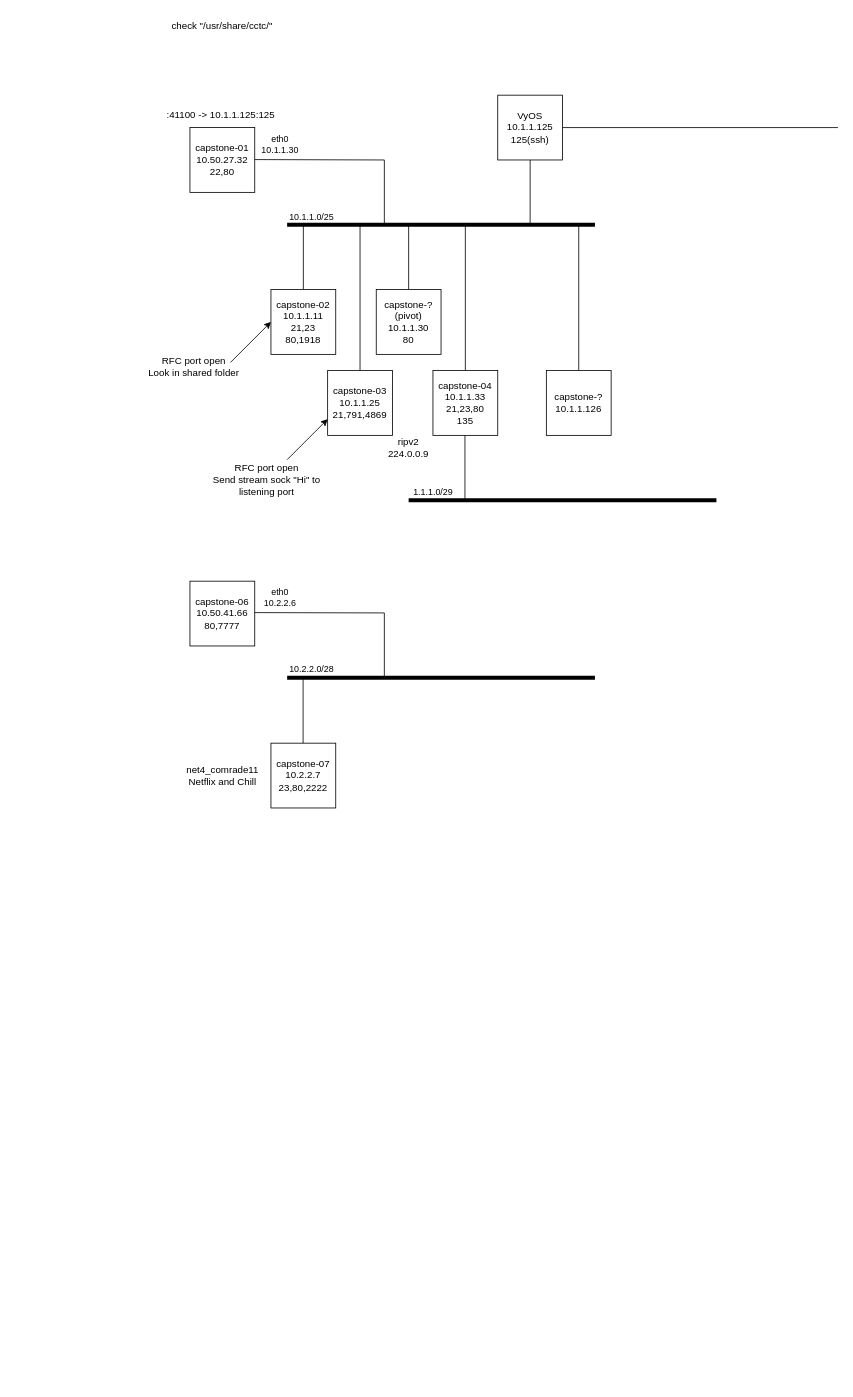
This is mapperooski.drawio from LCPLPearson/PythonCo., a draw.io file, before an edit. Source tidied: cells renumbered, new cells numbered last; positions are measured from the earlier drawing's top-left corner, leaving out a move shared by most shapes. Both pictures are drawn from the tidied source at 81%, with x=0, y=0 at pixel (133, 14).
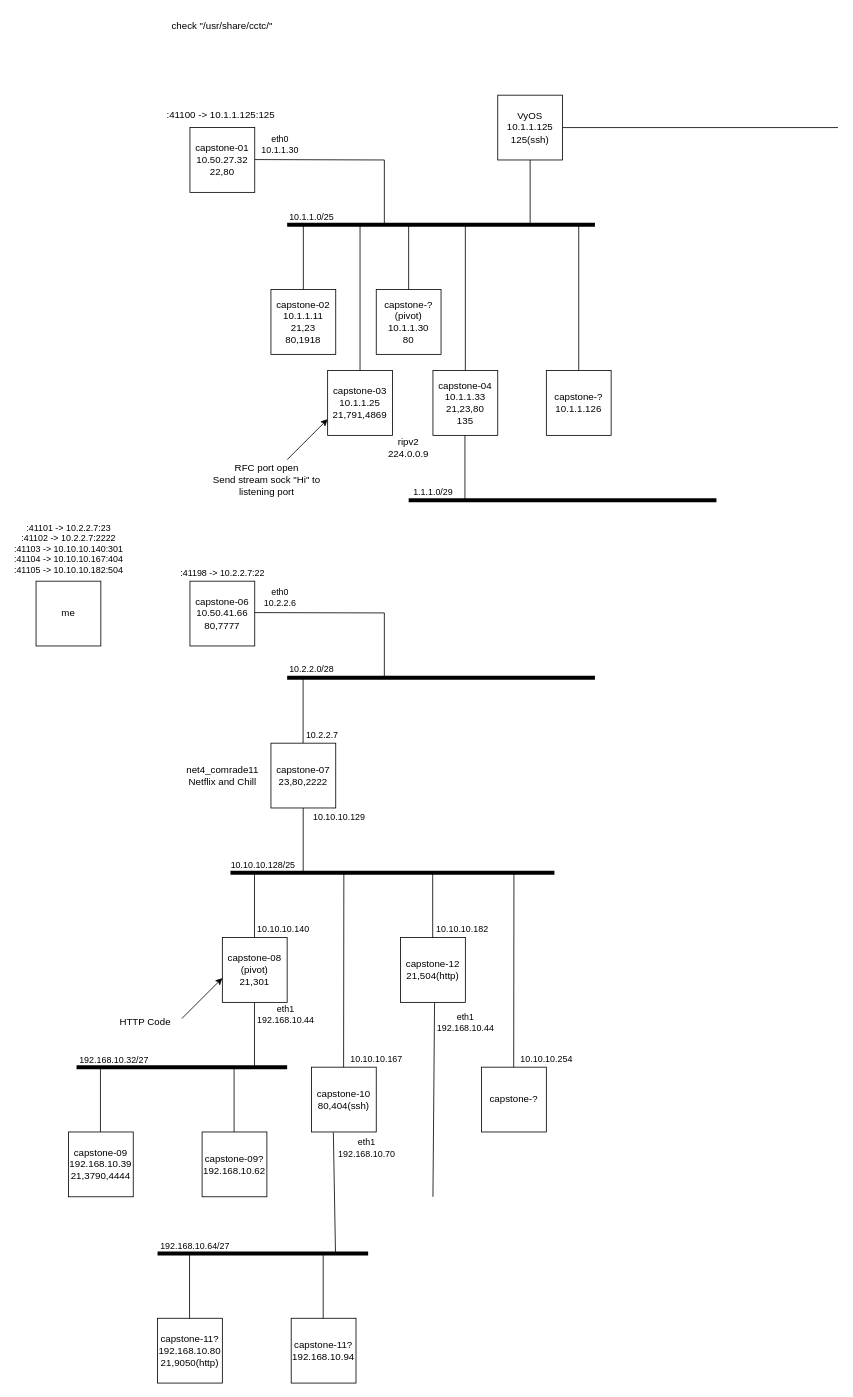
The same diagram, later.

Unchanged cells that the change refers to:
```xml
<mxCell id="32" style="endArrow=none;html=1;rounded=0;" parent="1" edge="1">
  <mxGeometry relative="1" as="geometry">
    <mxPoint x="150" y="738.8" as="sourcePoint" />
    <mxPoint x="310" y="739.2" as="targetPoint" />
  </mxGeometry>
</mxCell>
<mxCell id="37" style="endArrow=none;html=1;rounded=0;" parent="1" edge="1">
  <mxGeometry relative="1" as="geometry">
    <mxPoint x="209.7" y="900" as="sourcePoint" />
    <mxPoint x="209.7" y="820" as="targetPoint" />
  </mxGeometry>
</mxCell>
```

What changed in the source:
```diff
@@
-    <mxCell id="22" value="RFC port open&lt;br&gt;Look in shared folder" style="text;html=1;strokeColor=none;fillColor=none;align=center;verticalAlign=middle;whiteSpace=wrap;rounded=0;" parent="1" vertex="1">
-      <mxGeometry y="420" width="150" height="30" as="geometry" />
+    <mxCell id="22" value="HTTP Code" style="text;html=1;strokeColor=none;fillColor=none;align=center;verticalAlign=middle;whiteSpace=wrap;rounded=0;" parent="1" vertex="1">
+      <mxGeometry x="-60" y="1230" width="150" height="30" as="geometry" />
     </mxCell>
     <mxCell id="23" style="endArrow=classic;html=1;rounded=0;" parent="1" edge="1">
       <mxGeometry relative="1" as="geometry">
-        <mxPoint x="120" y="430" as="sourcePoint" />
-        <mxPoint x="170" y="380" as="targetPoint" />
+        <mxPoint x="60" y="1240" as="sourcePoint" />
+        <mxPoint x="110" y="1190" as="targetPoint" />
       </mxGeometry>
     </mxCell>
@@
+    <mxCell id="40" value=":41101 -&amp;gt; 10.2.2.7:23&lt;br&gt;:41102 -&amp;gt; 10.2.2.7:2222&lt;br&gt;:41103 -&amp;gt; 10.10.10.140:301&lt;br&gt;:41104 -&amp;gt; 10.10.10.167:404&lt;br&gt;:41105 -&amp;gt; 10.10.10.182:504" style="edgeLabel;html=1;align=center;verticalAlign=middle;" parent="32" vertex="1">
+      <mxGeometry relative="1" as="geometry">
+        <mxPoint x="-310" y="-79" as="offset" />
+      </mxGeometry>
+    </mxCell>
+    <mxCell id="41" value=":41198 -&amp;gt; 10.2.2.7:22" style="edgeLabel;html=1;align=center;verticalAlign=middle;" parent="32" vertex="1">
+      <mxGeometry relative="1" as="geometry">
+        <mxPoint x="-120" y="-49" as="offset" />
+      </mxGeometry>
+    </mxCell>
@@
+    <mxCell id="42" value="10.2.2.7" style="edgeLabel;html=1;align=center;verticalAlign=middle;" parent="37" vertex="1">
+      <mxGeometry x="-0.48" y="1" relative="1" as="geometry">
+        <mxPoint x="24" y="10" as="offset" />
+      </mxGeometry>
+    </mxCell>
+    <mxCell id="43" value="10.10.10.129" style="edgeLabel;html=1;align=center;verticalAlign=middle;" parent="37" vertex="1">
+      <mxGeometry x="-0.48" y="1" relative="1" as="geometry">
+        <mxPoint x="45" y="111" as="offset" />
+      </mxGeometry>
+    </mxCell>
+    <mxCell id="44" value="10.10.10.128/25" style="edgeLabel;html=1;align=center;verticalAlign=middle;" parent="37" vertex="1">
+      <mxGeometry x="-0.48" y="1" relative="1" as="geometry">
+        <mxPoint x="-49" y="170" as="offset" />
+      </mxGeometry>
+    </mxCell>
-    <mxCell id="38" value="capstone-07&lt;br&gt;10.2.2.7&lt;br&gt;23,80,2222" style="whiteSpace=wrap;html=1;" parent="1" vertex="1">
+    <mxCell id="38" value="capstone-07&lt;br&gt;23,80,2222" style="whiteSpace=wrap;html=1;" parent="1" vertex="1">
       <mxGeometry x="170" y="900" width="80" height="80" as="geometry" />
     </mxCell>
@@
+    <mxCell id="45" style="endArrow=none;html=1;rounded=0;" parent="1" edge="1">
+      <mxGeometry relative="1" as="geometry">
+        <mxPoint x="209.8" y="1060" as="sourcePoint" />
+        <mxPoint x="209.8" y="980" as="targetPoint" />
+      </mxGeometry>
+    </mxCell>
+    <mxCell id="46" value="me" style="whiteSpace=wrap;html=1;" parent="1" vertex="1">
+      <mxGeometry x="-120" y="700" width="80" height="80" as="geometry" />
+    </mxCell>
+    <mxCell id="47" style="endArrow=none;html=1;rounded=0;strokeWidth=5;" parent="1" edge="1">
+      <mxGeometry relative="1" as="geometry">
+        <mxPoint x="120" y="1060" as="sourcePoint" />
+        <mxPoint x="520" y="1060" as="targetPoint" />
+      </mxGeometry>
+    </mxCell>
+    <mxCell id="48" value="capstone-08&lt;br&gt;(pivot)&lt;br&gt;21,301" style="whiteSpace=wrap;html=1;" parent="1" vertex="1">
+      <mxGeometry x="110" y="1140" width="80" height="80" as="geometry" />
+    </mxCell>
+    <mxCell id="49" style="endArrow=none;html=1;rounded=0;" parent="1" edge="1">
+      <mxGeometry relative="1" as="geometry">
+        <mxPoint x="149.7" y="1140" as="sourcePoint" />
+        <mxPoint x="149.7" y="1060" as="targetPoint" />
+      </mxGeometry>
+    </mxCell>
+    <mxCell id="50" value="10.10.10.140" style="edgeLabel;html=1;align=center;verticalAlign=middle;" parent="49" vertex="1">
+      <mxGeometry x="-0.48" y="1" relative="1" as="geometry">
+        <mxPoint x="36" y="10" as="offset" />
+      </mxGeometry>
+    </mxCell>
+    <mxCell id="51" value="10.10.10.167" style="edgeLabel;html=1;align=center;verticalAlign=middle;" parent="49" vertex="1">
+      <mxGeometry x="-0.48" y="1" relative="1" as="geometry">
+        <mxPoint x="151" y="170" as="offset" />
+      </mxGeometry>
+    </mxCell>
+    <mxCell id="52" value="10.10.10.182" style="edgeLabel;html=1;align=center;verticalAlign=middle;" parent="49" vertex="1">
+      <mxGeometry x="-0.48" y="1" relative="1" as="geometry">
+        <mxPoint x="257" y="10" as="offset" />
+      </mxGeometry>
+    </mxCell>
+    <mxCell id="53" value="10.10.10.254" style="edgeLabel;html=1;align=center;verticalAlign=middle;" parent="49" vertex="1">
+      <mxGeometry x="-0.48" y="1" relative="1" as="geometry">
+        <mxPoint x="361" y="170" as="offset" />
+      </mxGeometry>
+    </mxCell>
+    <mxCell id="54" value="capstone-10&lt;br&gt;80,404(ssh)" style="whiteSpace=wrap;html=1;" parent="1" vertex="1">
+      <mxGeometry x="220" y="1300" width="80" height="80" as="geometry" />
+    </mxCell>
+    <mxCell id="55" style="endArrow=none;html=1;rounded=0;" parent="1" edge="1">
+      <mxGeometry relative="1" as="geometry">
+        <mxPoint x="259.7" y="1300" as="sourcePoint" />
+        <mxPoint x="260" y="1060" as="targetPoint" />
+      </mxGeometry>
+    </mxCell>
+    <mxCell id="56" value="capstone-12&lt;br&gt;21,504(http)" style="whiteSpace=wrap;html=1;" parent="1" vertex="1">
+      <mxGeometry x="330" y="1140" width="80" height="80" as="geometry" />
+    </mxCell>
+    <mxCell id="57" style="endArrow=none;html=1;rounded=0;" parent="1" edge="1">
+      <mxGeometry relative="1" as="geometry">
+        <mxPoint x="369.7" y="1140" as="sourcePoint" />
+        <mxPoint x="369.7" y="1060" as="targetPoint" />
+      </mxGeometry>
+    </mxCell>
+    <mxCell id="58" value="capstone-?" style="whiteSpace=wrap;html=1;" parent="1" vertex="1">
+      <mxGeometry x="430" y="1300" width="80" height="80" as="geometry" />
+    </mxCell>
+    <mxCell id="59" style="endArrow=none;html=1;rounded=0;" parent="1" edge="1">
+      <mxGeometry relative="1" as="geometry">
+        <mxPoint x="469.7" y="1300" as="sourcePoint" />
+        <mxPoint x="470" y="1060" as="targetPoint" />
+      </mxGeometry>
+    </mxCell>
+    <mxCell id="60" style="endArrow=none;html=1;rounded=0;" parent="1" edge="1">
+      <mxGeometry relative="1" as="geometry">
+        <mxPoint x="149.7" y="1300" as="sourcePoint" />
+        <mxPoint x="149.7" y="1220" as="targetPoint" />
+      </mxGeometry>
+    </mxCell>
+    <mxCell id="61" value="eth1&lt;br&gt;192.168.10.44" style="edgeLabel;html=1;align=center;verticalAlign=middle;" parent="60" vertex="1">
+      <mxGeometry x="-0.48" y="1" relative="1" as="geometry">
+        <mxPoint x="39" y="-45" as="offset" />
+      </mxGeometry>
+    </mxCell>
+    <mxCell id="62" value="192.168.10.32/27" style="edgeLabel;html=1;align=center;verticalAlign=middle;" parent="60" vertex="1">
+      <mxGeometry x="-0.48" y="1" relative="1" as="geometry">
+        <mxPoint x="-173" y="11" as="offset" />
+      </mxGeometry>
+    </mxCell>
+    <mxCell id="63" value="capstone-09?&lt;br style=&quot;border-color: var(--border-color);&quot;&gt;192.168.10.62" style="whiteSpace=wrap;html=1;" parent="1" vertex="1">
+      <mxGeometry x="85" y="1380" width="80" height="80" as="geometry" />
+    </mxCell>
+    <mxCell id="64" style="endArrow=none;html=1;rounded=0;strokeWidth=5;" parent="1" edge="1">
+      <mxGeometry relative="1" as="geometry">
+        <mxPoint x="-70" y="1300" as="sourcePoint" />
+        <mxPoint x="190" y="1300" as="targetPoint" />
+      </mxGeometry>
+    </mxCell>
+    <mxCell id="65" style="endArrow=none;html=1;rounded=0;" parent="1" edge="1">
+      <mxGeometry relative="1" as="geometry">
+        <mxPoint x="124.5" y="1380" as="sourcePoint" />
+        <mxPoint x="124.5" y="1300" as="targetPoint" />
+      </mxGeometry>
+    </mxCell>
+    <mxCell id="66" style="endArrow=none;html=1;rounded=0;" parent="1" edge="1">
+      <mxGeometry relative="1" as="geometry">
+        <mxPoint x="-40.5" y="1380" as="sourcePoint" />
+        <mxPoint x="-40.5" y="1300" as="targetPoint" />
+      </mxGeometry>
+    </mxCell>
+    <mxCell id="67" value="capstone-09&lt;br&gt;192.168.10.39&lt;br&gt;21,3790,4444" style="whiteSpace=wrap;html=1;" parent="1" vertex="1">
+      <mxGeometry x="-80" y="1380" width="80" height="80" as="geometry" />
+    </mxCell>
+    <mxCell id="68" style="endArrow=none;html=1;rounded=0;entryX=0.338;entryY=1.005;entryDx=0;entryDy=0;entryPerimeter=0;" parent="1" edge="1" target="54">
+      <mxGeometry relative="1" as="geometry">
+        <mxPoint x="249.7" y="1530" as="sourcePoint" />
+      </mxGeometry>
+    </mxCell>
+    <mxCell id="69" value="eth1&lt;br&gt;192.168.10.70" style="edgeLabel;html=1;align=center;verticalAlign=middle;" parent="68" vertex="1">
+      <mxGeometry x="-0.48" y="1" relative="1" as="geometry">
+        <mxPoint x="39" y="-92" as="offset" />
+      </mxGeometry>
+    </mxCell>
+    <mxCell id="70" value="192.168.10.64/27" style="edgeLabel;html=1;align=center;verticalAlign=middle;" parent="68" vertex="1">
+      <mxGeometry x="-0.48" y="1" relative="1" as="geometry">
+        <mxPoint x="-173" y="29" as="offset" />
+      </mxGeometry>
+    </mxCell>
+    <mxCell id="71" style="endArrow=none;html=1;rounded=0;strokeWidth=5;" parent="1" edge="1">
+      <mxGeometry relative="1" as="geometry">
+        <mxPoint x="30" y="1530" as="sourcePoint" />
+        <mxPoint x="290" y="1530" as="targetPoint" />
+      </mxGeometry>
+    </mxCell>
+    <mxCell id="72" value="capstone-11?&lt;br&gt;192.168.10.80&lt;br&gt;21,9050(http)" style="whiteSpace=wrap;html=1;" parent="1" vertex="1">
+      <mxGeometry x="30" y="1610" width="80" height="80" as="geometry" />
+    </mxCell>
+    <mxCell id="73" value="capstone-11?&lt;br style=&quot;border-color: var(--border-color);&quot;&gt;192.168.10.94" style="whiteSpace=wrap;html=1;" parent="1" vertex="1">
+      <mxGeometry x="195" y="1610" width="80" height="80" as="geometry" />
+    </mxCell>
+    <mxCell id="74" style="endArrow=none;html=1;rounded=0;" parent="1" edge="1">
+      <mxGeometry relative="1" as="geometry">
+        <mxPoint x="234.5" y="1610" as="sourcePoint" />
+        <mxPoint x="234.5" y="1530" as="targetPoint" />
+      </mxGeometry>
+    </mxCell>
+    <mxCell id="75" style="endArrow=none;html=1;rounded=0;" parent="1" edge="1">
+      <mxGeometry relative="1" as="geometry">
+        <mxPoint x="69.5" y="1610" as="sourcePoint" />
+        <mxPoint x="69.5" y="1530" as="targetPoint" />
+      </mxGeometry>
+    </mxCell>
+    <mxCell id="76" style="endArrow=none;html=1;rounded=0;" parent="1" edge="1">
+      <mxGeometry relative="1" as="geometry">
+        <mxPoint x="370" y="1460" as="sourcePoint" />
+        <mxPoint x="372" y="1220" as="targetPoint" />
+      </mxGeometry>
+    </mxCell>
+    <mxCell id="77" value="eth1&lt;br&gt;192.168.10.44" style="edgeLabel;html=1;align=center;verticalAlign=middle;" parent="76" vertex="1">
+      <mxGeometry x="-0.48" y="1" relative="1" as="geometry">
+        <mxPoint x="40" y="-153" as="offset" />
+      </mxGeometry>
+    </mxCell>
```
